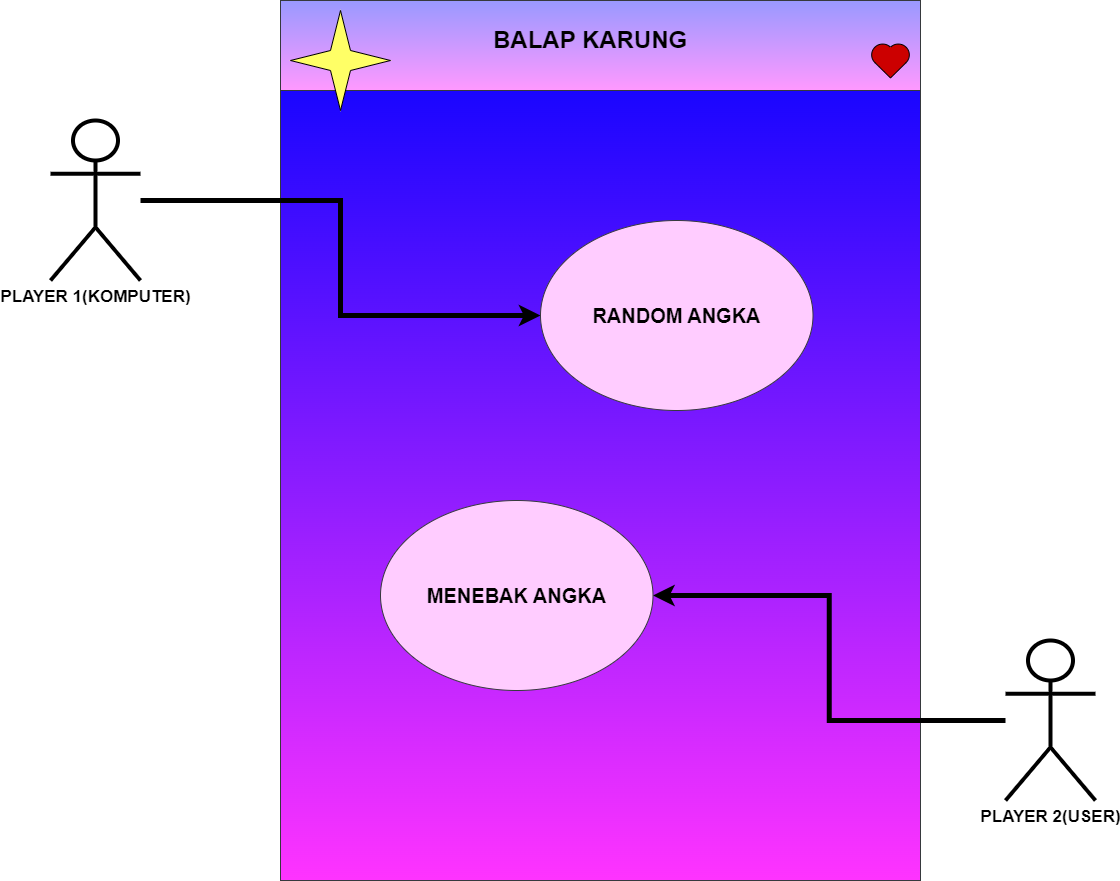
Fani-Caryna/jobsheet1 keeps this draw.io diagram as USE-CASE.drawio.png. Above is the earlier version. Source tidied: cells renumbered, new cells last; positions are measured from the earlier drawing's top-left corner, leaving out a move shared by most shapes.
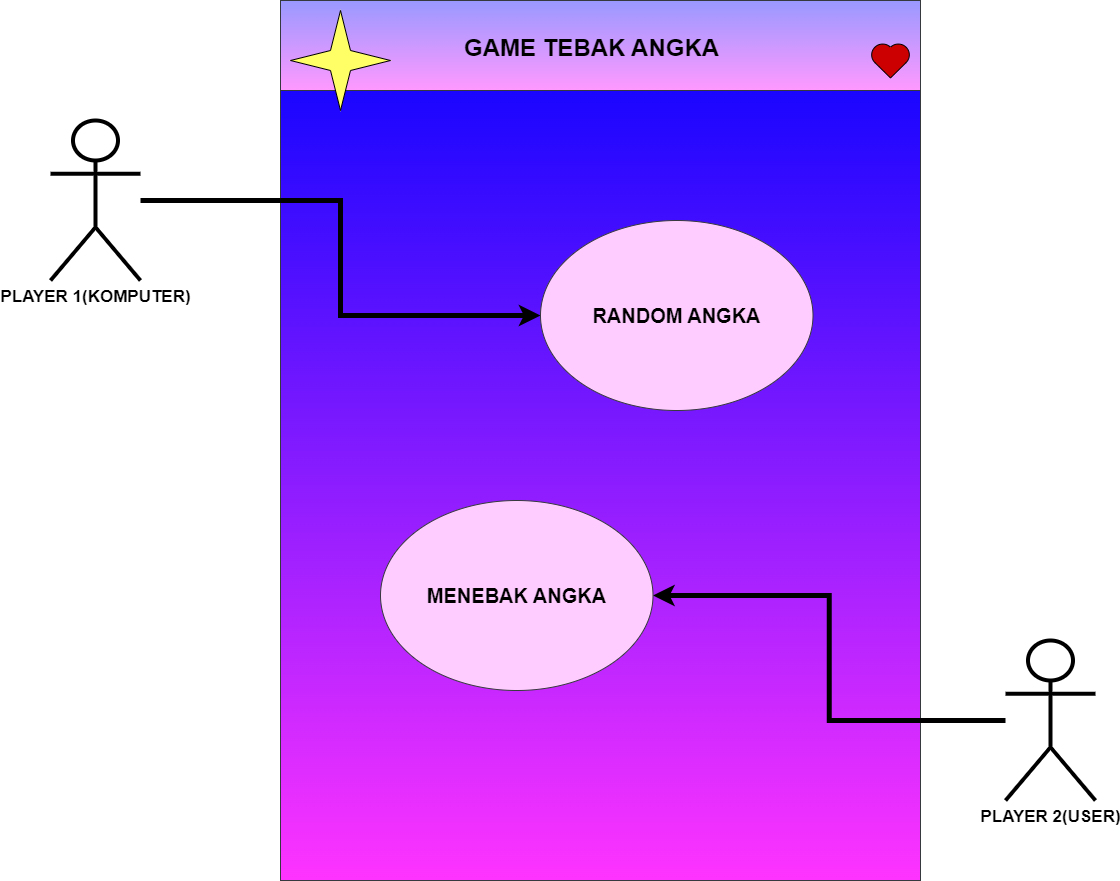
Later version of the same file.

Change to the diagram source:
```diff
@@ -20,8 +20,8 @@
     <mxCell id="7" style="rounded=0;whiteSpace=wrap;html=1;fillColor=#9999FF;strokeColor=#36393d;gradientColor=#FF99FF;" parent="1" vertex="1">
       <mxGeometry x="230" width="640" height="90" as="geometry" />
     </mxCell>
-    <mxCell id="8" value="&lt;h1&gt;BALAP KARUNG&amp;nbsp;&lt;/h1&gt;" style="text;html=1;strokeColor=none;fillColor=none;spacing=5;spacingTop=-20;whiteSpace=wrap;overflow=hidden;rounded=0;" parent="1" vertex="1">
-      <mxGeometry x="437.5" y="20" width="215" height="50" as="geometry" />
+    <mxCell id="8" value="&lt;h1&gt;GAME TEBAK ANGKA&lt;/h1&gt;" style="text;html=1;strokeColor=none;fillColor=none;spacing=5;spacingTop=-20;whiteSpace=wrap;overflow=hidden;rounded=0;" parent="1" vertex="1">
+      <mxGeometry x="408.8" y="27.5" width="282.5" height="50" as="geometry" />
     </mxCell>
     <mxCell id="9" value="&lt;span style=&quot;font-size: 20px;&quot;&gt;&lt;b&gt;RANDOM ANGKA&lt;/b&gt;&lt;/span&gt;" style="ellipse;whiteSpace=wrap;html=1;fillColor=#FFCCFF;strokeColor=#36393d;gradientColor=none;" parent="1" vertex="1">
       <mxGeometry x="490" y="220" width="272.5" height="190" as="geometry" />
```
